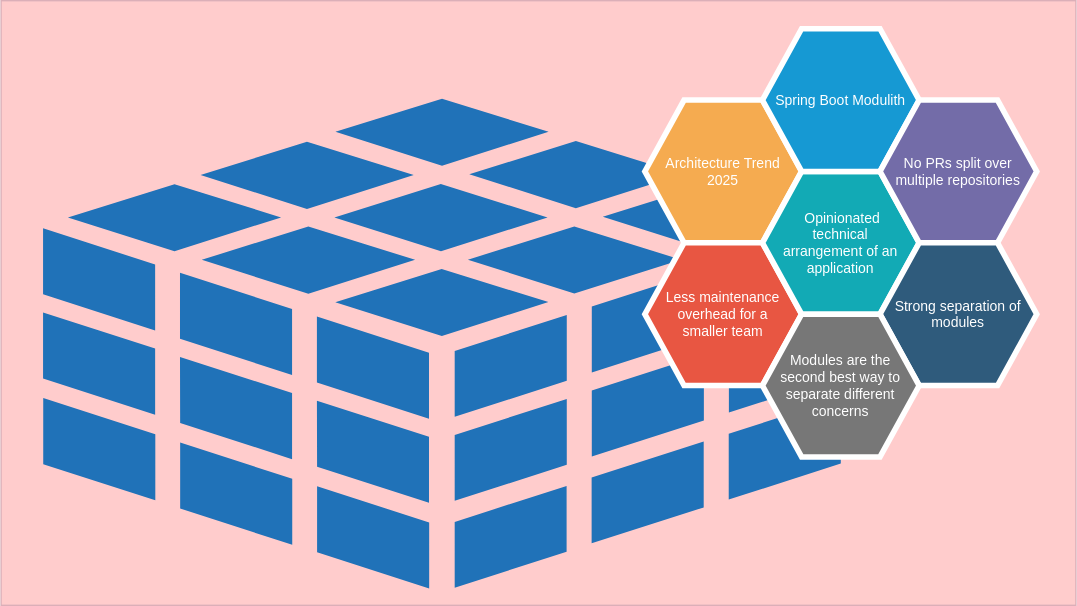
The draw.io diagram assets/hero-modulith_trend.svg in steffenmueller4/steffenmueller4.github.io, before a commit. Source tidied: cells renumbered, new cells last; positions are measured from the earlier drawing's top-left corner, leaving out a move shared by most shapes. Source of this version:
```xml
<mxGraphModel>
  <root>
    <mxCell id="0" />
    <mxCell id="1" parent="0" />
    <mxCell id="2" style="rounded=0;whiteSpace=wrap;html=1;imageWidth=200;imageHeight=24;fillColor=#FFCCCC;strokeColor=#DBAFB8;gradientDirection=west;imageAspect=0;" parent="1" vertex="1">
      <mxGeometry width="768" height="432" as="geometry" />
    </mxCell>
    <mxCell id="3" style="sketch=0;shadow=0;dashed=0;html=1;strokeColor=none;labelPosition=center;verticalLabelPosition=bottom;verticalAlign=top;align=center;shape=mxgraph.office.databases.database_cube;fillColor=#2072B8;" parent="1" vertex="1">
      <mxGeometry x="30" y="70" width="570" height="350" as="geometry" />
    </mxCell>
    <mxCell id="4" value="Architecture Trend 2025" style="shape=hexagon;strokeWidth=4;html=1;fillColor=#F5AB50;strokeColor=#ffffff;shadow=0;fontSize=10;fontColor=#FFFFFF;align=center;fontStyle=0;whiteSpace=wrap;spacing=10;rounded=0;" parent="1" vertex="1">
      <mxGeometry x="460" y="71" width="112" height="102" as="geometry" />
    </mxCell>
    <mxCell id="5" value="Less maintenance overhead for a smaller team" style="shape=hexagon;strokeWidth=4;html=1;fillColor=#E85642;strokeColor=#ffffff;shadow=0;fontSize=10;fontColor=#FFFFFF;align=center;fontStyle=0;whiteSpace=wrap;spacing=10;rounded=0;" parent="1" vertex="1">
      <mxGeometry x="460" y="173" width="112" height="102" as="geometry" />
    </mxCell>
    <mxCell id="6" value="&amp;nbsp;Opinionated technical arrangement of an application" style="shape=hexagon;strokeWidth=4;html=1;fillColor=#12AAB5;strokeColor=#ffffff;shadow=0;fontSize=10;fontColor=#FFFFFF;align=center;fontStyle=0;whiteSpace=wrap;spacing=10;rounded=0;" parent="1" vertex="1">
      <mxGeometry x="544" y="122" width="112" height="102" as="geometry" />
    </mxCell>
    <mxCell id="7" value="Spring Boot Modulith" style="shape=hexagon;strokeWidth=4;html=1;fillColor=#1699D3;strokeColor=#ffffff;shadow=0;fontSize=10;fontColor=#FFFFFF;align=center;fontStyle=0;whiteSpace=wrap;spacing=10;rounded=0;" parent="1" vertex="1">
      <mxGeometry x="544" y="20" width="112" height="102" as="geometry" />
    </mxCell>
    <mxCell id="8" value="No PRs split over multiple repositories" style="shape=hexagon;strokeWidth=4;html=1;fillColor=#736CA8;strokeColor=#ffffff;shadow=0;fontSize=10;fontColor=#FFFFFF;align=center;fontStyle=0;whiteSpace=wrap;spacing=10;rounded=0;" parent="1" vertex="1">
      <mxGeometry x="628" y="71" width="112" height="102" as="geometry" />
    </mxCell>
    <mxCell id="9" value="Strong separation of modules" style="shape=hexagon;strokeWidth=4;html=1;fillColor=#2F5B7C;strokeColor=#ffffff;shadow=0;fontSize=10;fontColor=#FFFFFF;align=center;fontStyle=0;whiteSpace=wrap;spacing=10;rounded=0;" parent="1" vertex="1">
      <mxGeometry x="628" y="173" width="112" height="102" as="geometry" />
    </mxCell>
    <mxCell id="10" value="Modules are the second best way to separate different concerns" style="shape=hexagon;strokeWidth=4;html=1;fillColor=#777777;strokeColor=#ffffff;shadow=0;fontSize=10;fontColor=#FFFFFF;align=center;fontStyle=0;whiteSpace=wrap;spacing=10;rounded=0;" parent="1" vertex="1">
      <mxGeometry x="544" y="224" width="112" height="102" as="geometry" />
    </mxCell>
  </root>
</mxGraphModel>
```
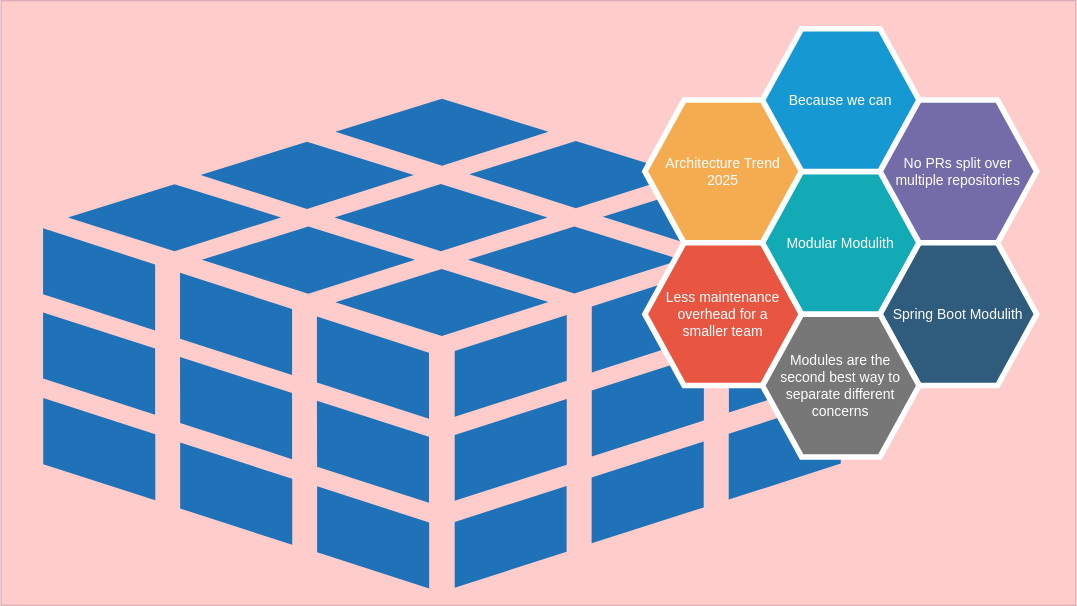
The same diagram one commit later.

Change to the diagram source:
```diff
@@ -14,16 +14,16 @@
     <mxCell id="5" value="Less maintenance overhead for a smaller team" style="shape=hexagon;strokeWidth=4;html=1;fillColor=#E85642;strokeColor=#ffffff;shadow=0;fontSize=10;fontColor=#FFFFFF;align=center;fontStyle=0;whiteSpace=wrap;spacing=10;rounded=0;" parent="1" vertex="1">
       <mxGeometry x="460" y="173" width="112" height="102" as="geometry" />
     </mxCell>
-    <mxCell id="6" value="&amp;nbsp;Opinionated technical arrangement of an application" style="shape=hexagon;strokeWidth=4;html=1;fillColor=#12AAB5;strokeColor=#ffffff;shadow=0;fontSize=10;fontColor=#FFFFFF;align=center;fontStyle=0;whiteSpace=wrap;spacing=10;rounded=0;" parent="1" vertex="1">
+    <mxCell id="6" value="Modular Modulith" style="shape=hexagon;strokeWidth=4;html=1;fillColor=#12AAB5;strokeColor=#ffffff;shadow=0;fontSize=10;fontColor=#FFFFFF;align=center;fontStyle=0;whiteSpace=wrap;spacing=10;rounded=0;" parent="1" vertex="1">
       <mxGeometry x="544" y="122" width="112" height="102" as="geometry" />
     </mxCell>
-    <mxCell id="7" value="Spring Boot Modulith" style="shape=hexagon;strokeWidth=4;html=1;fillColor=#1699D3;strokeColor=#ffffff;shadow=0;fontSize=10;fontColor=#FFFFFF;align=center;fontStyle=0;whiteSpace=wrap;spacing=10;rounded=0;" parent="1" vertex="1">
+    <mxCell id="7" value="Because we can" style="shape=hexagon;strokeWidth=4;html=1;fillColor=#1699D3;strokeColor=#ffffff;shadow=0;fontSize=10;fontColor=#FFFFFF;align=center;fontStyle=0;whiteSpace=wrap;spacing=10;rounded=0;" parent="1" vertex="1">
       <mxGeometry x="544" y="20" width="112" height="102" as="geometry" />
     </mxCell>
     <mxCell id="8" value="No PRs split over multiple repositories" style="shape=hexagon;strokeWidth=4;html=1;fillColor=#736CA8;strokeColor=#ffffff;shadow=0;fontSize=10;fontColor=#FFFFFF;align=center;fontStyle=0;whiteSpace=wrap;spacing=10;rounded=0;" parent="1" vertex="1">
       <mxGeometry x="628" y="71" width="112" height="102" as="geometry" />
     </mxCell>
-    <mxCell id="9" value="Strong separation of modules" style="shape=hexagon;strokeWidth=4;html=1;fillColor=#2F5B7C;strokeColor=#ffffff;shadow=0;fontSize=10;fontColor=#FFFFFF;align=center;fontStyle=0;whiteSpace=wrap;spacing=10;rounded=0;" parent="1" vertex="1">
+    <mxCell id="9" value="Spring Boot Modulith" style="shape=hexagon;strokeWidth=4;html=1;fillColor=#2F5B7C;strokeColor=#ffffff;shadow=0;fontSize=10;fontColor=#FFFFFF;align=center;fontStyle=0;whiteSpace=wrap;spacing=10;rounded=0;" parent="1" vertex="1">
       <mxGeometry x="628" y="173" width="112" height="102" as="geometry" />
     </mxCell>
     <mxCell id="10" value="Modules are the second best way to separate different concerns" style="shape=hexagon;strokeWidth=4;html=1;fillColor=#777777;strokeColor=#ffffff;shadow=0;fontSize=10;fontColor=#FFFFFF;align=center;fontStyle=0;whiteSpace=wrap;spacing=10;rounded=0;" parent="1" vertex="1">
```
